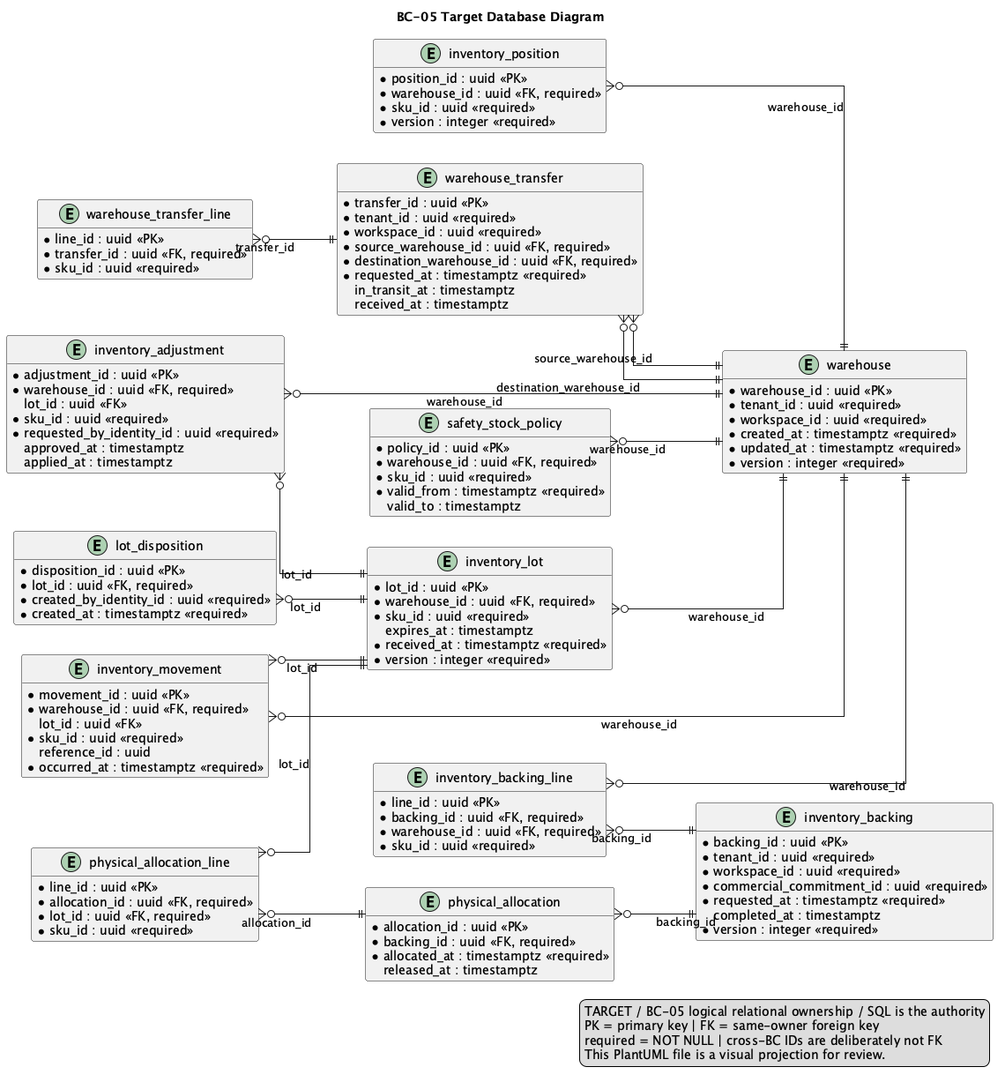
Before: 01-shared/domain/bounded-contexts/BC-05-inventory-availability/data/database-diagram.png, a diagram exported from PlantUML (nexa-suite/blueprint).
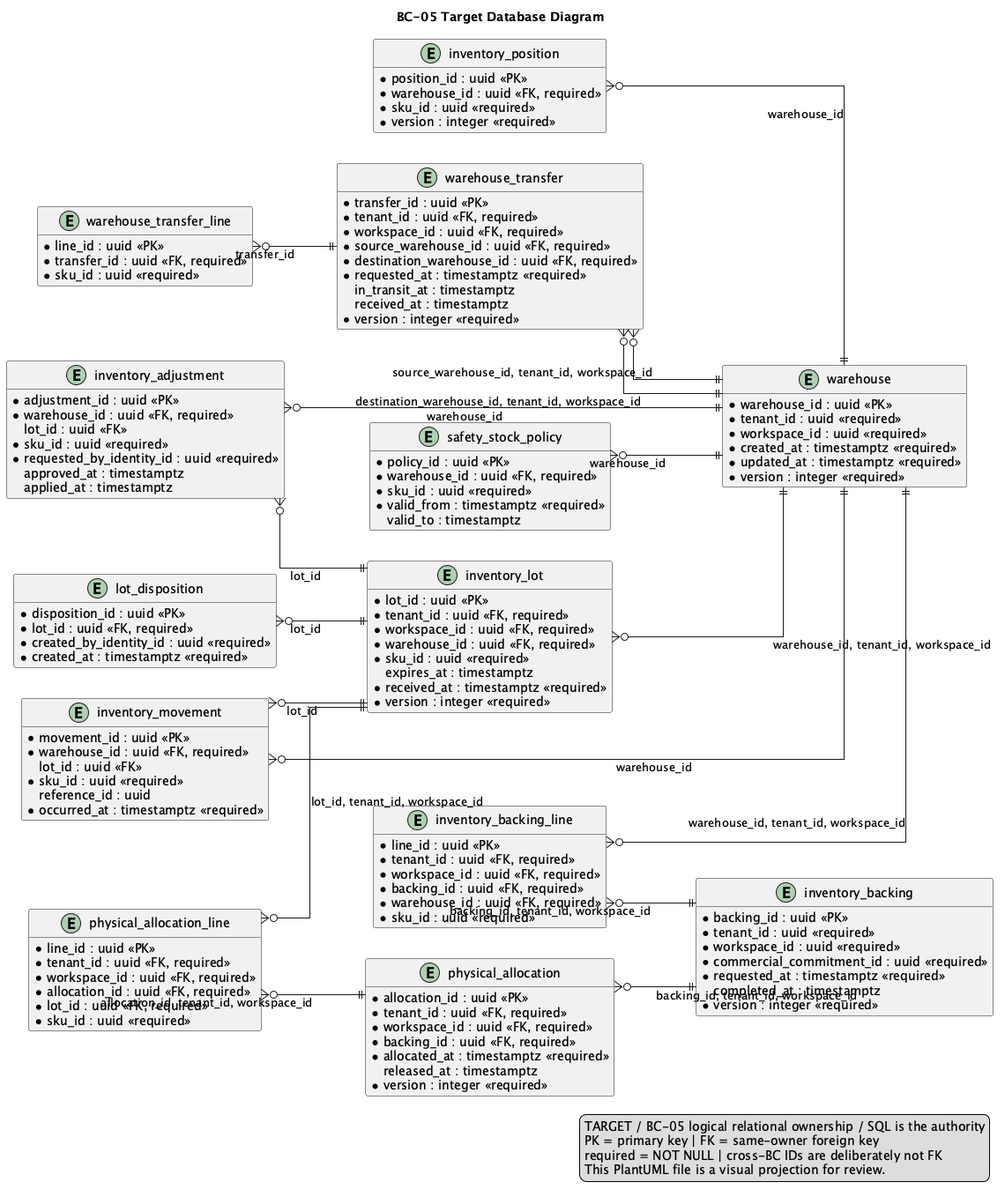
Above is the later version.

What changed in the source:
```diff
@@ -25,6 +25,8 @@
 
 entity "inventory_lot" as t_inventory_lot {
   * lot_id : uuid <<PK>>
+  * tenant_id : uuid <<FK, required>>
+  * workspace_id : uuid <<FK, required>>
   * warehouse_id : uuid <<FK, required>>
   * sku_id : uuid <<required>>
   * lot_code : varchar(120) <<required>>
@@ -80,6 +82,8 @@
 
 entity "inventory_backing_line" as t_inventory_backing_line {
   * line_id : uuid <<PK>>
+  * tenant_id : uuid <<FK, required>>
+  * workspace_id : uuid <<FK, required>>
   * backing_id : uuid <<FK, required>>
   * warehouse_id : uuid <<FK, required>>
   * sku_id : uuid <<required>>
@@ -89,14 +93,19 @@
 
 entity "physical_allocation" as t_physical_allocation {
   * allocation_id : uuid <<PK>>
+  * tenant_id : uuid <<FK, required>>
+  * workspace_id : uuid <<FK, required>>
   * backing_id : uuid <<FK, required>>
   * status : varchar(32) <<required>>
   * allocated_at : timestamptz <<required>>
     released_at : timestamptz
+  * version : integer <<required>>
 }
 
 entity "physical_allocation_line" as t_physical_allocation_line {
   * line_id : uuid <<PK>>
+  * tenant_id : uuid <<FK, required>>
+  * workspace_id : uuid <<FK, required>>
   * allocation_id : uuid <<FK, required>>
   * lot_id : uuid <<FK, required>>
   * sku_id : uuid <<required>>
@@ -119,14 +128,15 @@
 
 entity "warehouse_transfer" as t_warehouse_transfer {
   * transfer_id : uuid <<PK>>
-  * tenant_id : uuid <<required>>
-  * workspace_id : uuid <<required>>
+  * tenant_id : uuid <<FK, required>>
+  * workspace_id : uuid <<FK, required>>
   * source_warehouse_id : uuid <<FK, required>>
   * destination_warehouse_id : uuid <<FK, required>>
   * status : varchar(32) <<required>>
   * requested_at : timestamptz <<required>>
     in_transit_at : timestamptz
     received_at : timestamptz
+  * version : integer <<required>>
 }
 
 entity "warehouse_transfer_line" as t_warehouse_transfer_line {
@@ -147,20 +157,20 @@
   * created_at : timestamptz <<required>>
 }
 
-t_inventory_lot }o--|| t_warehouse : warehouse_id
+t_inventory_lot }o--|| t_warehouse : warehouse_id, tenant_id, workspace_id
 t_inventory_position }o--|| t_warehouse : warehouse_id
 t_inventory_movement }o--|| t_warehouse : warehouse_id
 t_inventory_movement }o--|| t_inventory_lot : lot_id
 t_safety_stock_policy }o--|| t_warehouse : warehouse_id
-t_inventory_backing_line }o--|| t_inventory_backing : backing_id
-t_inventory_backing_line }o--|| t_warehouse : warehouse_id
-t_physical_allocation }o--|| t_inventory_backing : backing_id
-t_physical_allocation_line }o--|| t_physical_allocation : allocation_id
-t_physical_allocation_line }o--|| t_inventory_lot : lot_id
+t_inventory_backing_line }o--|| t_inventory_backing : backing_id, tenant_id, workspace_id
+t_inventory_backing_line }o--|| t_warehouse : warehouse_id, tenant_id, workspace_id
+t_physical_allocation }o--|| t_inventory_backing : backing_id, tenant_id, workspace_id
+t_physical_allocation_line }o--|| t_physical_allocation : allocation_id, tenant_id, workspace_id
+t_physical_allocation_line }o--|| t_inventory_lot : lot_id, tenant_id, workspace_id
 t_inventory_adjustment }o--|| t_warehouse : warehouse_id
 t_inventory_adjustment }o--|| t_inventory_lot : lot_id
-t_warehouse_transfer }o--|| t_warehouse : source_warehouse_id
-t_warehouse_transfer }o--|| t_warehouse : destination_warehouse_id
+t_warehouse_transfer }o--|| t_warehouse : source_warehouse_id, tenant_id, workspace_id
+t_warehouse_transfer }o--|| t_warehouse : destination_warehouse_id, tenant_id, workspace_id
 t_warehouse_transfer_line }o--|| t_warehouse_transfer : transfer_id
 t_lot_disposition }o--|| t_inventory_lot : lot_id
 
```
